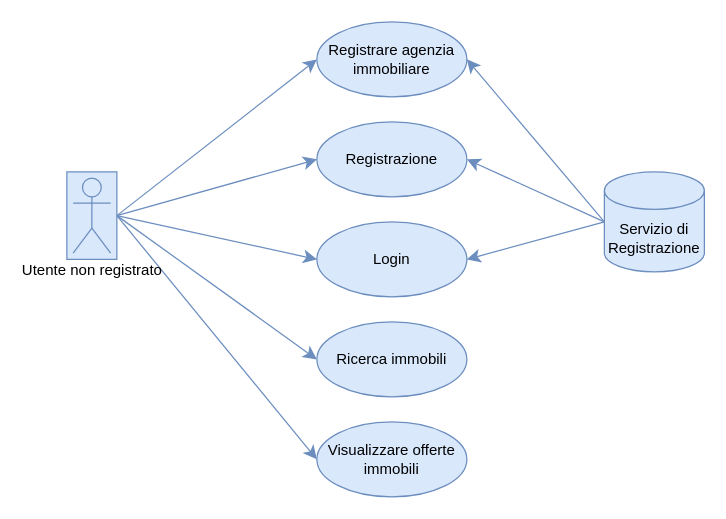
Earlier version of the draw.io diagram diagrammi/UseCase-compratore.drawio (Sperob98/Documentazione-DietiEstates25). Source tidied: cells renumbered, new cells numbered last; positions are measured from the earlier drawing's top-left corner, leaving out a move shared by most shapes. Both pictures are drawn from the tidied source at 125%, with x=0, y=0 at pixel (66, 21).
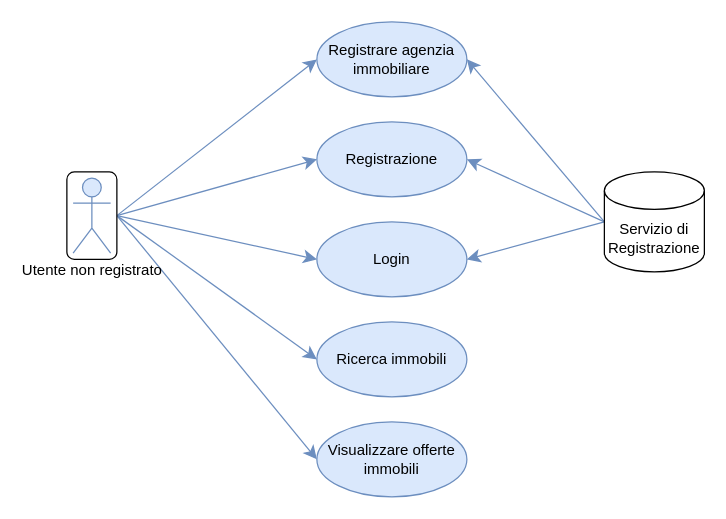
Above is the later version.

Commit message:
Aggiorna UseCase-Utente non registrato.drawio

Change to the diagram source:
```diff
@@
 <mxGraphModel>
   <root>
     <mxCell id="0" />
     <mxCell id="1" parent="0" />
-    <mxCell id="2" style="edgeStyle=none;curved=1;rounded=0;jettySize=auto;html=1;exitX=1;exitY=0.5;exitDx=0;exitDy=0;entryX=0;entryY=0.5;entryDx=0;entryDy=0;fontSize=12;startSize=8;endSize=8;fillColor=#dae8fc;strokeColor=#6c8ebf;" parent="1" edge="1" source="6" target="8">
+    <mxCell id="2" style="edgeStyle=none;curved=1;rounded=0;jettySize=auto;html=1;exitX=1;exitY=0.5;exitDx=0;exitDy=0;entryX=0;entryY=0.5;entryDx=0;entryDy=0;fontSize=12;startSize=8;endSize=8;fillColor=#dae8fc;strokeColor=#6c8ebf;" parent="1" edge="1" source="18" target="8">
       <mxGeometry relative="1" as="geometry" />
     </mxCell>
-    <mxCell id="3" style="edgeStyle=none;curved=1;rounded=0;jettySize=auto;html=1;exitX=1;exitY=0.5;exitDx=0;exitDy=0;entryX=0;entryY=0.5;entryDx=0;entryDy=0;fontSize=12;startSize=8;endSize=8;fillColor=#dae8fc;strokeColor=#6c8ebf;" parent="1" edge="1" source="6" target="9">
+    <mxCell id="3" style="edgeStyle=none;curved=1;rounded=0;jettySize=auto;html=1;exitX=1;exitY=0.5;exitDx=0;exitDy=0;entryX=0;entryY=0.5;entryDx=0;entryDy=0;fontSize=12;startSize=8;endSize=8;fillColor=#dae8fc;strokeColor=#6c8ebf;" parent="1" edge="1" source="18" target="9">
       <mxGeometry relative="1" as="geometry" />
     </mxCell>
-    <mxCell id="4" style="edgeStyle=none;curved=1;rounded=0;jettySize=auto;html=1;exitX=1;exitY=0.5;exitDx=0;exitDy=0;entryX=0;entryY=0.5;entryDx=0;entryDy=0;fontSize=12;startSize=8;endSize=8;fillColor=#dae8fc;strokeColor=#6c8ebf;" parent="1" edge="1" source="6" target="10">
+    <mxCell id="4" style="edgeStyle=none;curved=1;rounded=0;jettySize=auto;html=1;exitX=1;exitY=0.5;exitDx=0;exitDy=0;entryX=0;entryY=0.5;entryDx=0;entryDy=0;fontSize=12;startSize=8;endSize=8;fillColor=#dae8fc;strokeColor=#6c8ebf;" parent="1" edge="1" source="18" target="10">
       <mxGeometry relative="1" as="geometry" />
     </mxCell>
-    <mxCell id="5" style="edgeStyle=none;curved=1;rounded=0;jettySize=auto;html=1;exitX=1;exitY=0.5;exitDx=0;exitDy=0;entryX=0;entryY=0.5;entryDx=0;entryDy=0;fontSize=12;startSize=8;endSize=8;fillColor=#dae8fc;strokeColor=#6c8ebf;" parent="1" edge="1" source="6" target="12">
+    <mxCell id="5" style="edgeStyle=none;curved=1;rounded=0;jettySize=auto;html=1;exitX=1;exitY=0.5;exitDx=0;exitDy=0;entryX=0;entryY=0.5;entryDx=0;entryDy=0;fontSize=12;startSize=8;endSize=8;fillColor=#dae8fc;strokeColor=#6c8ebf;" parent="1" edge="1" source="18" target="12">
       <mxGeometry relative="1" as="geometry" />
     </mxCell>
-    <mxCell id="6" style="rounded=0;whiteSpace=wrap;html=1;fillColor=#dae8fc;strokeColor=#6c8ebf;" parent="1" vertex="1">
-      <mxGeometry y="120" width="40" height="70" as="geometry" />
-    </mxCell>
-    <mxCell id="7" value="Utente non registrato" style="shape=umlActor;verticalLabelPosition=bottom;verticalAlign=top;html=1;rounded=0;fillColor=#dae8fc;strokeColor=#6c8ebf;" parent="1" vertex="1">
-      <mxGeometry x="5" y="125" width="30" height="60" as="geometry" />
-    </mxCell>
     <mxCell id="8" value="Registrare agenzia immobiliare" style="ellipse;whiteSpace=wrap;html=1;rounded=0;fillColor=#dae8fc;strokeColor=#6c8ebf;" parent="1" vertex="1">
       <mxGeometry x="200" width="120" height="60" as="geometry" />
     </mxCell>
     <mxCell id="9" value="Registrazione" style="ellipse;whiteSpace=wrap;html=1;rounded=0;fillColor=#dae8fc;strokeColor=#6c8ebf;" parent="1" vertex="1">
       <mxGeometry x="200" y="80" width="120" height="60" as="geometry" />
     </mxCell>
     <mxCell id="10" value="Login" style="ellipse;whiteSpace=wrap;html=1;rounded=0;fillColor=#dae8fc;strokeColor=#6c8ebf;" parent="1" vertex="1">
       <mxGeometry x="200" y="160" width="120" height="60" as="geometry" />
     </mxCell>
     <mxCell id="11" value="Ricerca immobili" style="ellipse;whiteSpace=wrap;html=1;rounded=0;fillColor=#dae8fc;strokeColor=#6c8ebf;" parent="1" vertex="1">
       <mxGeometry x="200" y="240" width="120" height="60" as="geometry" />
     </mxCell>
     <mxCell id="12" value="Visualizzare offerte immobili" style="ellipse;whiteSpace=wrap;html=1;rounded=0;fillColor=#dae8fc;strokeColor=#6c8ebf;" parent="1" vertex="1">
       <mxGeometry x="200" y="320" width="120" height="60" as="geometry" />
     </mxCell>
     <mxCell id="13" style="edgeStyle=none;curved=1;rounded=0;jettySize=auto;html=1;exitX=0;exitY=0.5;exitDx=0;exitDy=0;exitPerimeter=0;entryX=1;entryY=0.5;entryDx=0;entryDy=0;fontSize=12;startSize=8;endSize=8;fillColor=#dae8fc;strokeColor=#6c8ebf;" parent="1" edge="1" source="16" target="8">
       <mxGeometry relative="1" as="geometry" />
     </mxCell>
     <mxCell id="14" style="edgeStyle=none;curved=1;rounded=0;jettySize=auto;html=1;exitX=0;exitY=0.5;exitDx=0;exitDy=0;exitPerimeter=0;entryX=1;entryY=0.5;entryDx=0;entryDy=0;fontSize=12;startSize=8;endSize=8;fillColor=#dae8fc;strokeColor=#6c8ebf;" parent="1" edge="1" source="16" target="9">
       <mxGeometry relative="1" as="geometry" />
     </mxCell>
     <mxCell id="15" style="edgeStyle=none;curved=1;rounded=0;jettySize=auto;html=1;exitX=0;exitY=0.5;exitDx=0;exitDy=0;exitPerimeter=0;entryX=1;entryY=0.5;entryDx=0;entryDy=0;fontSize=12;startSize=8;endSize=8;fillColor=#dae8fc;strokeColor=#6c8ebf;" parent="1" edge="1" source="16" target="10">
       <mxGeometry relative="1" as="geometry" />
     </mxCell>
-    <mxCell id="16" value="Servizio di Registrazione" style="shape=cylinder3;whiteSpace=wrap;html=1;boundedLbl=1;backgroundOutline=1;size=15;rounded=0;fillColor=#dae8fc;strokeColor=#6c8ebf;" parent="1" vertex="1">
+    <mxCell id="16" value="Servizio di Registrazione" style="shape=cylinder3;whiteSpace=wrap;html=1;boundedLbl=1;backgroundOutline=1;size=15;rounded=0;" parent="1" vertex="1">
       <mxGeometry x="430" y="120" width="80" height="80" as="geometry" />
     </mxCell>
-    <mxCell id="17" style="edgeStyle=none;curved=1;rounded=0;jettySize=auto;html=1;exitX=1;exitY=0.5;exitDx=0;exitDy=0;fontSize=12;startSize=8;endSize=8;entryX=0;entryY=0.5;entryDx=0;entryDy=0;fillColor=#dae8fc;strokeColor=#6c8ebf;" parent="1" edge="1" source="6" target="11">
+    <mxCell id="17" style="edgeStyle=none;curved=1;rounded=0;jettySize=auto;html=1;exitX=1;exitY=0.5;exitDx=0;exitDy=0;fontSize=12;startSize=8;endSize=8;entryX=0;entryY=0.5;entryDx=0;entryDy=0;fillColor=#dae8fc;strokeColor=#6c8ebf;" parent="1" edge="1" source="18" target="11">
       <mxGeometry relative="1" as="geometry" />
     </mxCell>
+    <mxCell id="18" style="rounded=1;whiteSpace=wrap;html=1;" parent="1" vertex="1">
+      <mxGeometry y="120" width="40" height="70" as="geometry" />
+    </mxCell>
+    <mxCell id="7" value="Utente non registrato" style="shape=umlActor;verticalLabelPosition=bottom;verticalAlign=top;html=1;rounded=0;fillColor=#dae8fc;strokeColor=#6c8ebf;" parent="1" vertex="1">
+      <mxGeometry x="5" y="125" width="30" height="60" as="geometry" />
+    </mxCell>
   </root>
 </mxGraphModel>
```
